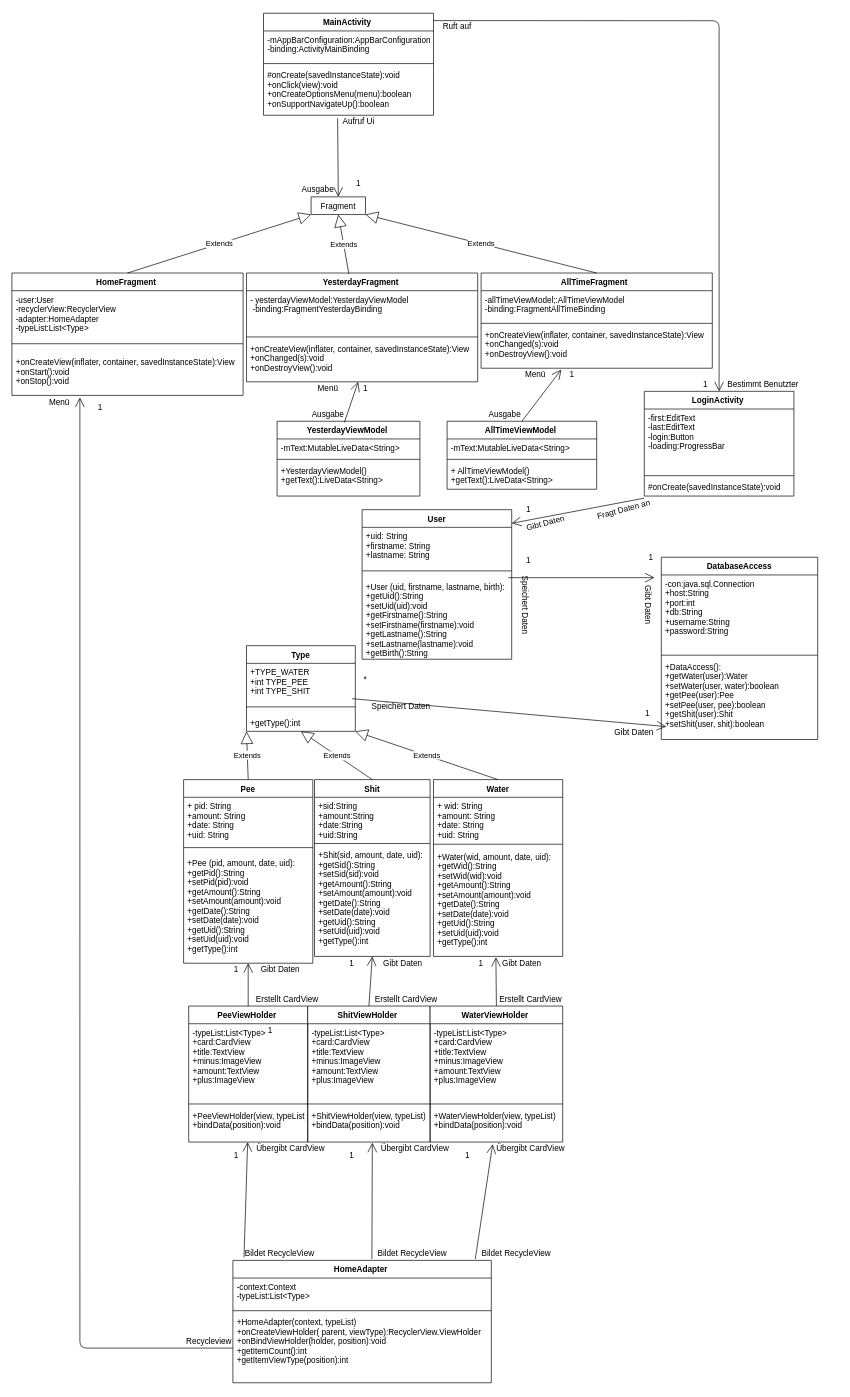
This is Diagramme/Copy of Klassendiagramm.drawio from olisonsturm/LifestyleTracker, a draw.io file, before an edit. Source tidied: cells renumbered, new cells numbered last; positions are measured from the earlier drawing's top-left corner, leaving out a move shared by most shapes. Both pictures are drawn from the tidied source at 68%, with x=0, y=0 at pixel (12, 13).
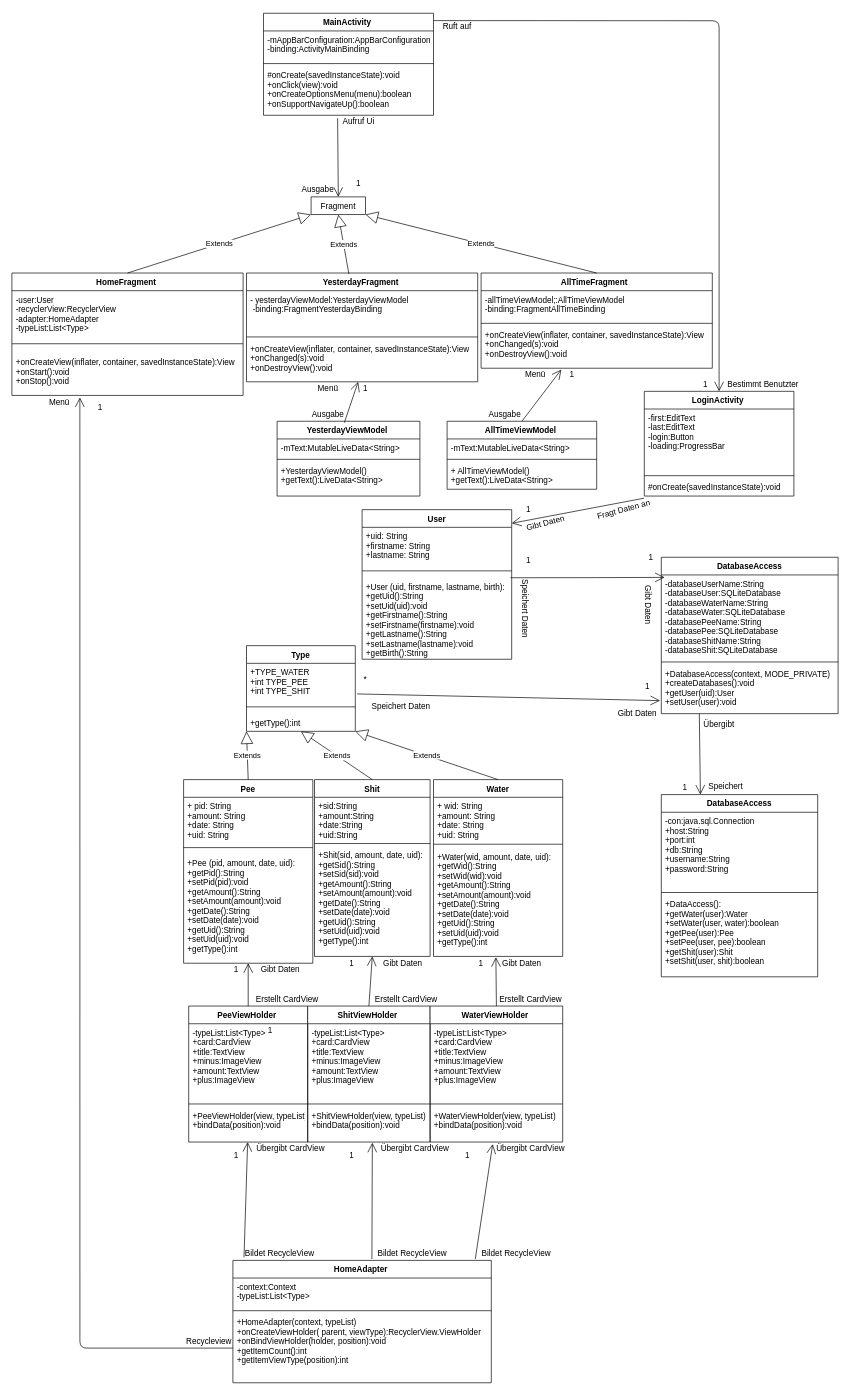
Above is the later version.

Unchanged cells that the change refers to:
```xml
<mxCell id="15" value="+TYPE_WATER &#10;+int TYPE_PEE&#10;+int TYPE_SHIT" style="text;strokeColor=none;fillColor=none;align=left;verticalAlign=top;spacingLeft=4;spacingRight=4;overflow=hidden;points=[[0,0.5],[1,0.5]];portConstraint=eastwest;" parent="14" vertex="1">
  <mxGeometry y="26" width="160" height="54" as="geometry" />
</mxCell>
<mxCell id="61" value="+DataAccess():&#10;+getWater(user):Water&#10;+setWater(user, water):boolean&#10;+getPee(user):Pee&#10;+setPee(user, pee):boolean&#10;+getShit(user):Shit&#10;+setShit(user, shit):boolean&#10;" style="text;strokeColor=none;fillColor=none;align=left;verticalAlign=top;spacingLeft=4;spacingRight=4;overflow=hidden;points=[[0,0.5],[1,0.5]];portConstraint=eastwest;" parent="58" vertex="1">
  <mxGeometry y="148" width="230" height="120" as="geometry" />
</mxCell>
<mxCell id="91" style="line;strokeWidth=1;fillColor=none;align=left;verticalAlign=middle;spacingTop=-1;spacingLeft=3;spacingRight=3;labelPosition=right;points=[];portConstraint=eastwest;" parent="89" vertex="1">
  <mxGeometry y="80" width="220" height="20" as="geometry" />
</mxCell>
<mxCell id="92" value="+User (uid, firstname, lastname, birth):&#10;+getUid():String&#10;+setUid(uid):void&#10;+getFirstname():String&#10;+setFirstname(firstname):void&#10;+getLastname():String&#10;+setLastname(lastname):void&#10;+getBirth():String&#10;" style="text;strokeColor=none;fillColor=none;align=left;verticalAlign=top;spacingLeft=4;spacingRight=4;overflow=hidden;points=[[0,0.5],[1,0.5]];portConstraint=eastwest;" parent="89" vertex="1">
  <mxGeometry y="100" width="220" height="120" as="geometry" />
</mxCell>
<mxCell id="109" value="Gibt Daten" style="text;html=1;strokeColor=none;fillColor=none;align=center;verticalAlign=middle;whiteSpace=wrap;rounded=0;rotation=90;" parent="1" vertex="1">
  <mxGeometry x="895" y="860" width="80" height="20" as="geometry" />
</mxCell>
```

What changed in the source:
```diff
@@
     <mxCell id="58" value="DatabaseAccess" style="swimlane;fontStyle=1;align=center;verticalAlign=top;horizontal=1;startSize=26;" parent="1" vertex="1">
-      <mxGeometry x="955" y="800" width="230" height="268" as="geometry" />
+      <mxGeometry x="955" y="1149" width="230" height="268" as="geometry" />
     </mxCell>
@@
     <mxCell id="66" value="1" style="text;html=1;strokeColor=none;fillColor=none;align=center;verticalAlign=middle;whiteSpace=wrap;rounded=0;" parent="1" vertex="1">
-      <mxGeometry x="915" y="1020" width="40" height="20" as="geometry" />
+      <mxGeometry x="915" y="980" width="40" height="20" as="geometry" />
     </mxCell>
@@
-    <mxCell id="86" style="endArrow=open;endFill=1;endSize=12;html=1;exitX=0.969;exitY=0.963;exitDx=0;exitDy=0;exitPerimeter=0;startArrow=none;entryX=0.032;entryY=0.842;entryDx=0;entryDy=0;entryPerimeter=0;" parent="1" edge="1" source="15" target="61">
+    <mxCell id="86" style="endArrow=open;endFill=1;endSize=12;html=1;exitX=1.016;exitY=0.833;exitDx=0;exitDy=0;exitPerimeter=0;startArrow=none;entryX=-0.007;entryY=0.734;entryDx=0;entryDy=0;entryPerimeter=0;" parent="1" edge="1" source="15" target="139">
       <mxGeometry relative="1" as="geometry" />
     </mxCell>
-    <mxCell id="87" style="endArrow=open;endFill=1;endSize=12;html=1;entryX=0;entryY=0;entryDx=0;entryDy=0;startArrow=none;exitX=0.977;exitY=1;exitDx=0;exitDy=0;exitPerimeter=0;" parent="1" edge="1" source="91" target="109">
-      <mxGeometry relative="1" as="geometry" />
+    <mxCell id="87" style="endArrow=open;endFill=1;endSize=12;html=1;startArrow=none;exitX=0.992;exitY=0.001;exitDx=0;exitDy=0;exitPerimeter=0;entryX=0.019;entryY=0.029;entryDx=0;entryDy=0;entryPerimeter=0;" parent="1" edge="1" source="92" target="137">
+      <mxGeometry relative="1" as="geometry">
+        <Array as="points">
+          <mxPoint x="850" y="830" />
+        </Array>
+      </mxGeometry>
     </mxCell>
@@
     <mxCell id="107" value="Gibt Daten" style="text;html=1;strokeColor=none;fillColor=none;align=center;verticalAlign=middle;whiteSpace=wrap;rounded=0;" parent="1" vertex="1">
-      <mxGeometry x="875" y="1048" width="80" height="20" as="geometry" />
+      <mxGeometry x="880" y="1020" width="80" height="20" as="geometry" />
     </mxCell>
@@
     <mxCell id="110" value="Speichert Daten" style="text;html=1;strokeColor=none;fillColor=none;align=center;verticalAlign=middle;whiteSpace=wrap;rounded=0;rotation=90;" parent="1" vertex="1">
-      <mxGeometry x="697.5" y="855" width="115" height="30" as="geometry" />
+      <mxGeometry x="697.5" y="860" width="115" height="30" as="geometry" />
     </mxCell>
@@
+    <mxCell id="136" value="DatabaseAccess " style="swimlane;fontStyle=1;align=center;verticalAlign=top;horizontal=1;startSize=26;" parent="1" vertex="1">
+      <mxGeometry x="955" y="800" width="260" height="230" as="geometry" />
+    </mxCell>
+    <mxCell id="137" value="-databaseUserName:String&#10;-databaseUser:SQLiteDatabase &#10;-databaseWaterName:String&#10;-databaseWater:SQLiteDatabase &#10;-databasePeeName:String &#10;-databasePee:SQLiteDatabase&#10;-databaseShitName:String &#10;-databaseShit:SQLiteDatabase" style="text;strokeColor=none;fillColor=none;align=left;verticalAlign=top;spacingLeft=4;spacingRight=4;overflow=hidden;points=[[0,0.5],[1,0.5]];portConstraint=eastwest;" parent="136" vertex="1">
+      <mxGeometry y="26" width="260" height="124" as="geometry" />
+    </mxCell>
+    <mxCell id="138" style="line;strokeWidth=1;fillColor=none;align=left;verticalAlign=middle;spacingTop=-1;spacingLeft=3;spacingRight=3;labelPosition=right;" parent="136" vertex="1">
+      <mxGeometry y="150" width="260" height="8" as="geometry" />
+    </mxCell>
+    <mxCell id="139" value="+DatabaseAccess(context, MODE_PRIVATE)&#10;+createDatabases():void&#10;+getUser(uid):User&#10;+setUser(user):void&#10;" style="text;strokeColor=none;fillColor=none;align=left;verticalAlign=top;spacingLeft=4;spacingRight=4;overflow=hidden;points=[[0,0.5],[1,0.5]];portConstraint=eastwest;" parent="136" vertex="1">
+      <mxGeometry y="158" width="260" height="72" as="geometry" />
+    </mxCell>
+    <mxCell id="140" value="Speichert" style="text;html=1;strokeColor=none;fillColor=none;align=center;verticalAlign=middle;whiteSpace=wrap;rounded=0;" parent="1" vertex="1">
+      <mxGeometry x="1030" y="1127" width="40" height="20" as="geometry" />
+    </mxCell>
+    <mxCell id="141" value="Übergibt" style="text;html=1;strokeColor=none;fillColor=none;align=center;verticalAlign=middle;whiteSpace=wrap;rounded=0;" parent="1" vertex="1">
+      <mxGeometry x="1020" y="1036" width="40" height="20" as="geometry" />
+    </mxCell>
+    <mxCell id="142" value="1" style="text;html=1;strokeColor=none;fillColor=none;align=center;verticalAlign=middle;whiteSpace=wrap;rounded=0;" parent="1" vertex="1">
+      <mxGeometry x="970" y="1129" width="40" height="20" as="geometry" />
+    </mxCell>
+    <mxCell id="143" style="endArrow=open;endFill=1;endSize=12;html=1;exitX=0.215;exitY=1.002;exitDx=0;exitDy=0;exitPerimeter=0;entryX=0.25;entryY=0;entryDx=0;entryDy=0;" parent="1" edge="1" source="139" target="58">
+      <mxGeometry relative="1" as="geometry" />
+    </mxCell>
```
